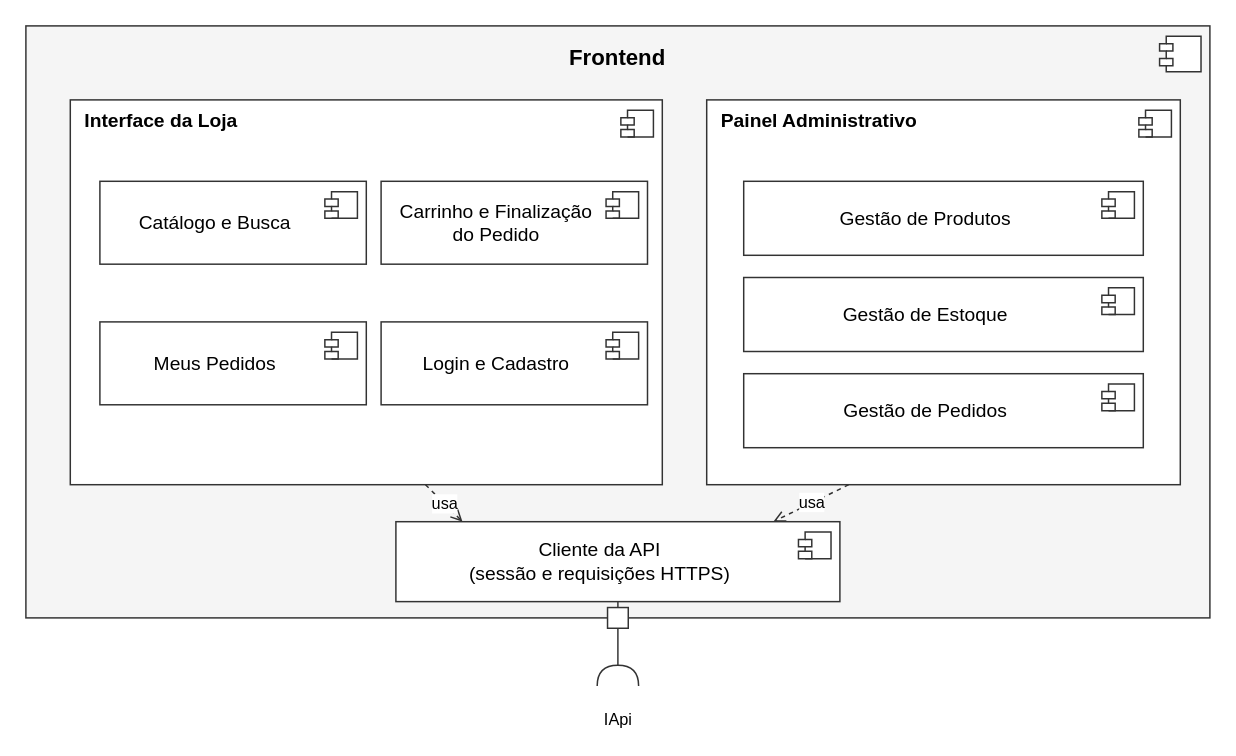
gabrlou/modelagem-software keeps this draw.io diagram as aps2/assets/CMP_Frontend.drawio. Above is the earlier version. Source tidied: cells renumbered, new cells numbered last; positions are measured from the earlier drawing's top-left corner, leaving out a move shared by most shapes. Both pictures are drawn from the tidied source at 148%, with x=0, y=0 at pixel (25, 25).
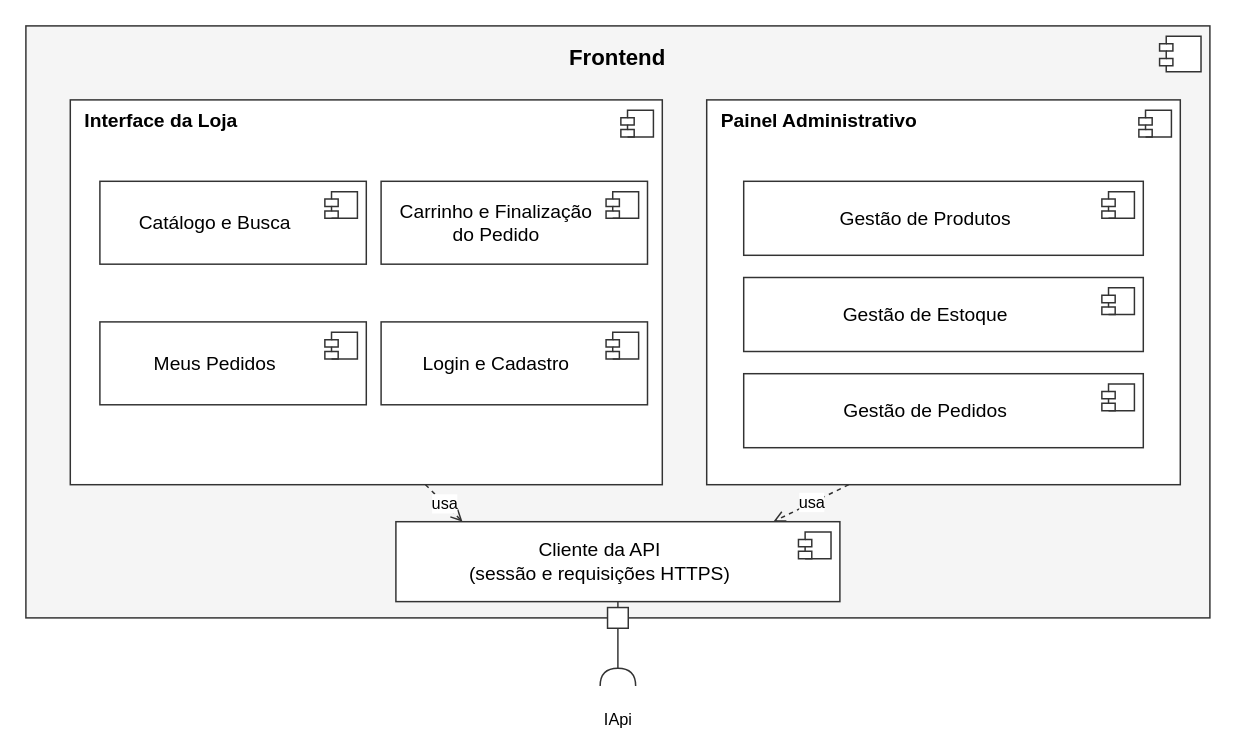
Above is the later version.

The change refers to these unchanged cells:
```xml
<mxCell id="26" style="rounded=0;whiteSpace=wrap;html=1;fillColor=#FFFFFF;strokeColor=#333333;" parent="1" vertex="1">
  <mxGeometry x="393" y="393" width="14" height="14" as="geometry" />
</mxCell>
<mxCell id="28" style="ellipse;strokeColor=none;fillColor=none;" parent="1" vertex="1">
  <mxGeometry x="399" y="446" width="2" height="2" as="geometry" />
</mxCell>
```

Change to the diagram source:
```diff
@@
-    <mxCell id="29" style="html=1;rounded=0;endArrow=halfCircle;endFill=0;endSize=12;strokeColor=#333333;edgeStyle=none;" parent="1" edge="1" source="26" target="28">
+    <mxCell id="29" style="html=1;rounded=0;endArrow=halfCircle;endFill=0;endSize=10;strokeColor=#333333;edgeStyle=none;" parent="1" edge="1" source="26" target="28">
       <mxGeometry relative="1" as="geometry" />
     </mxCell>
```
